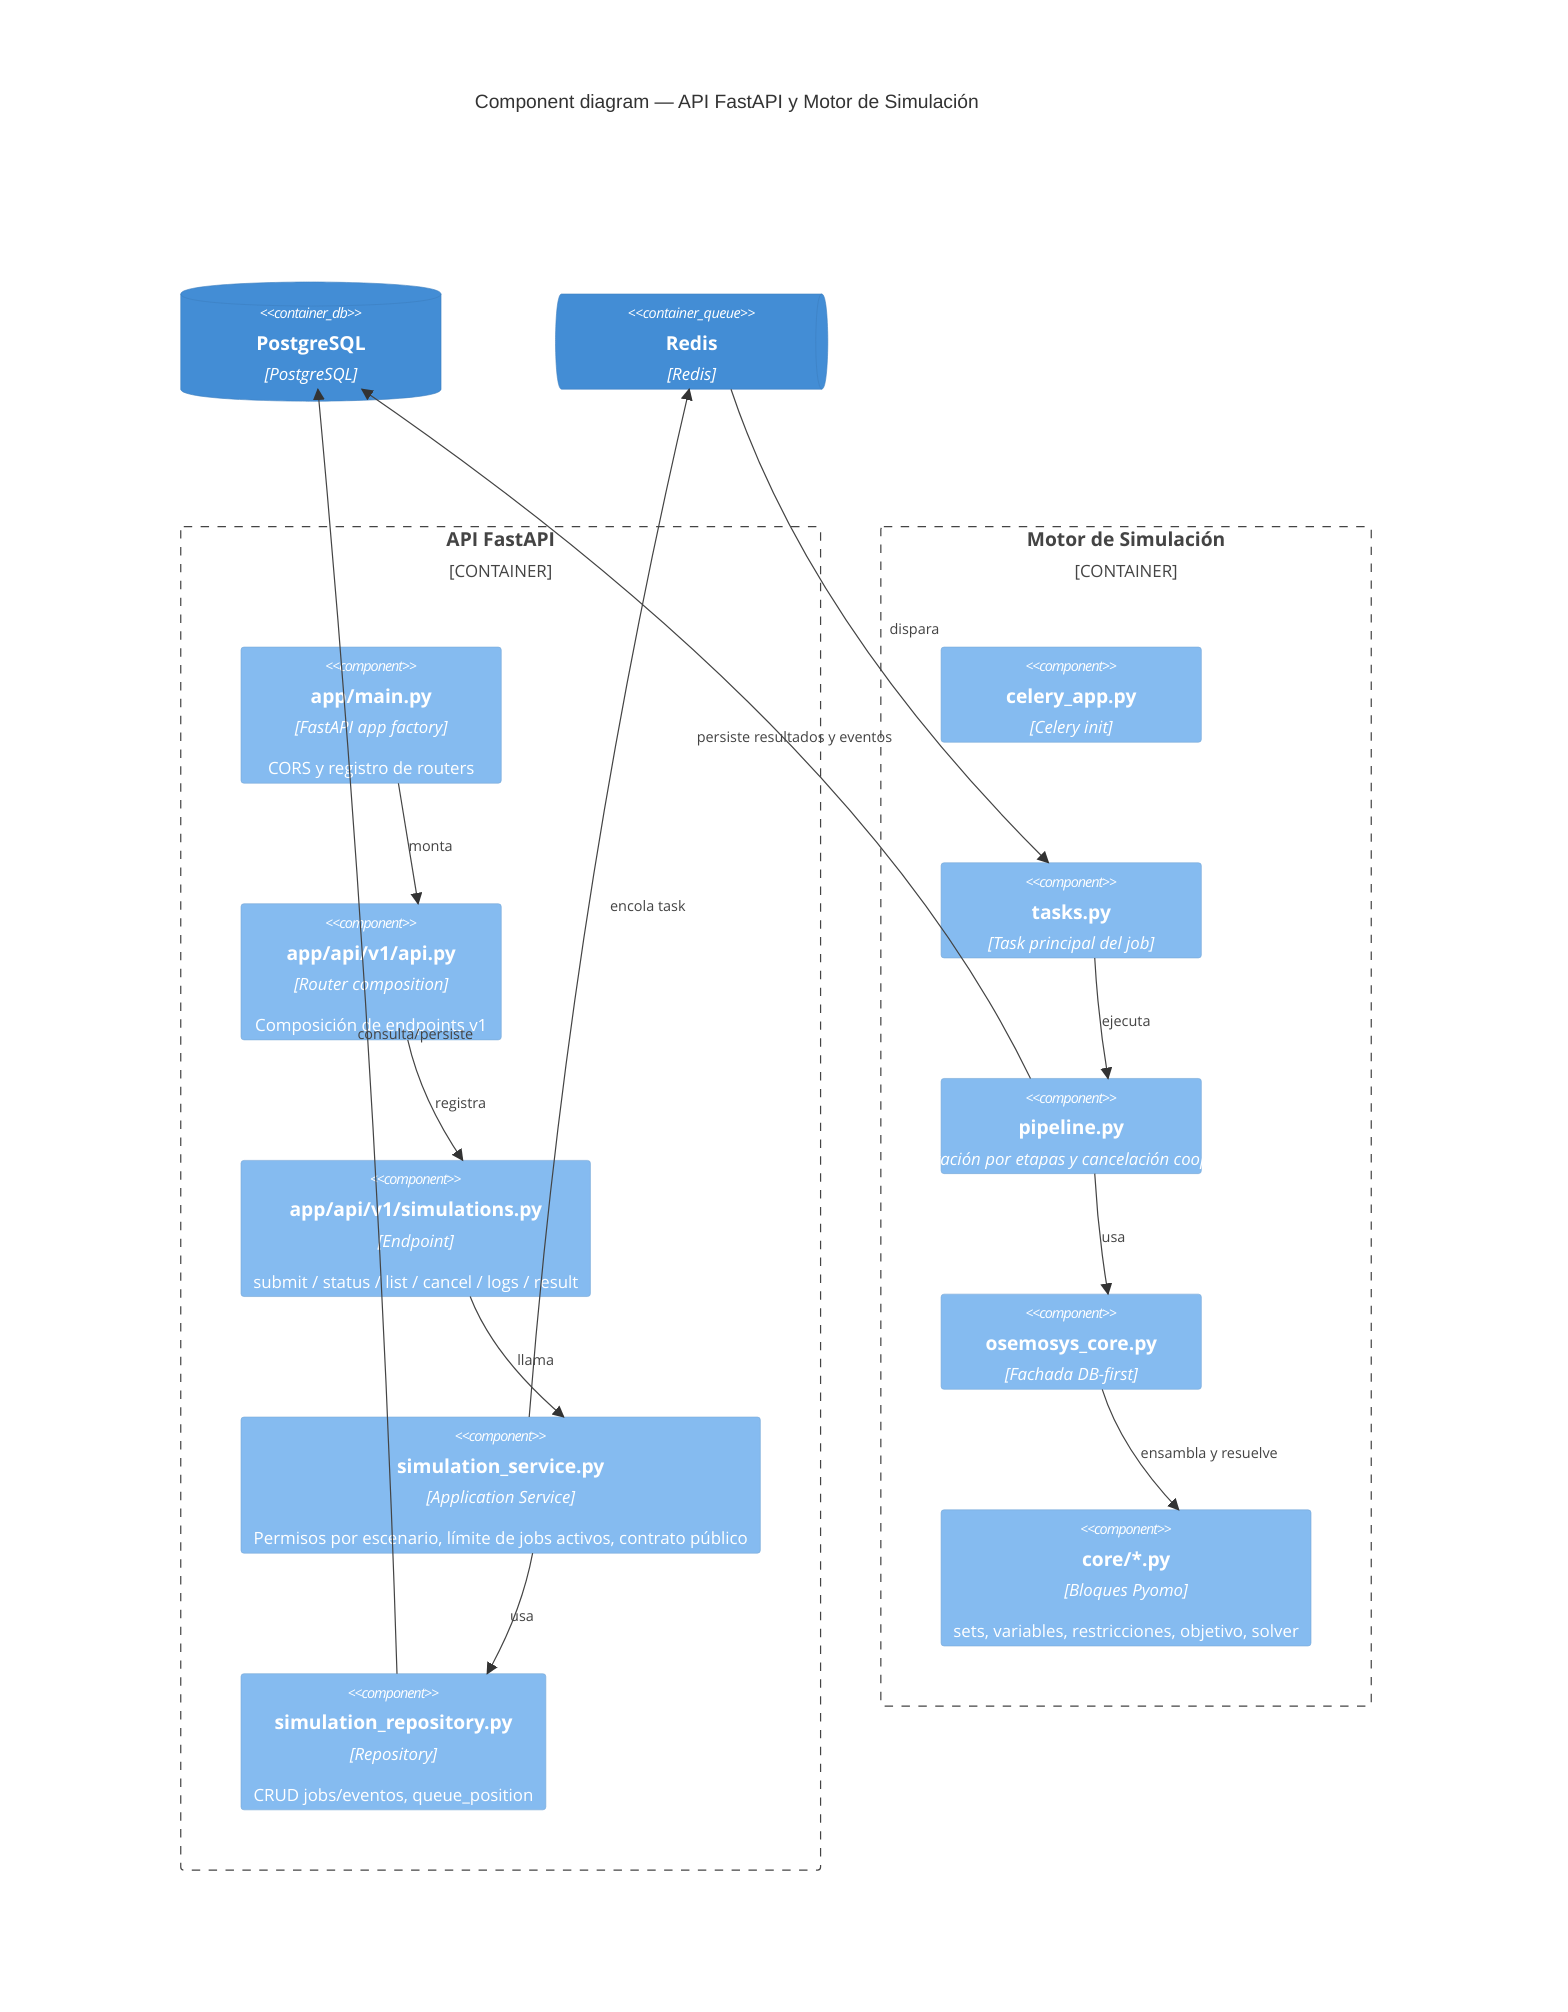
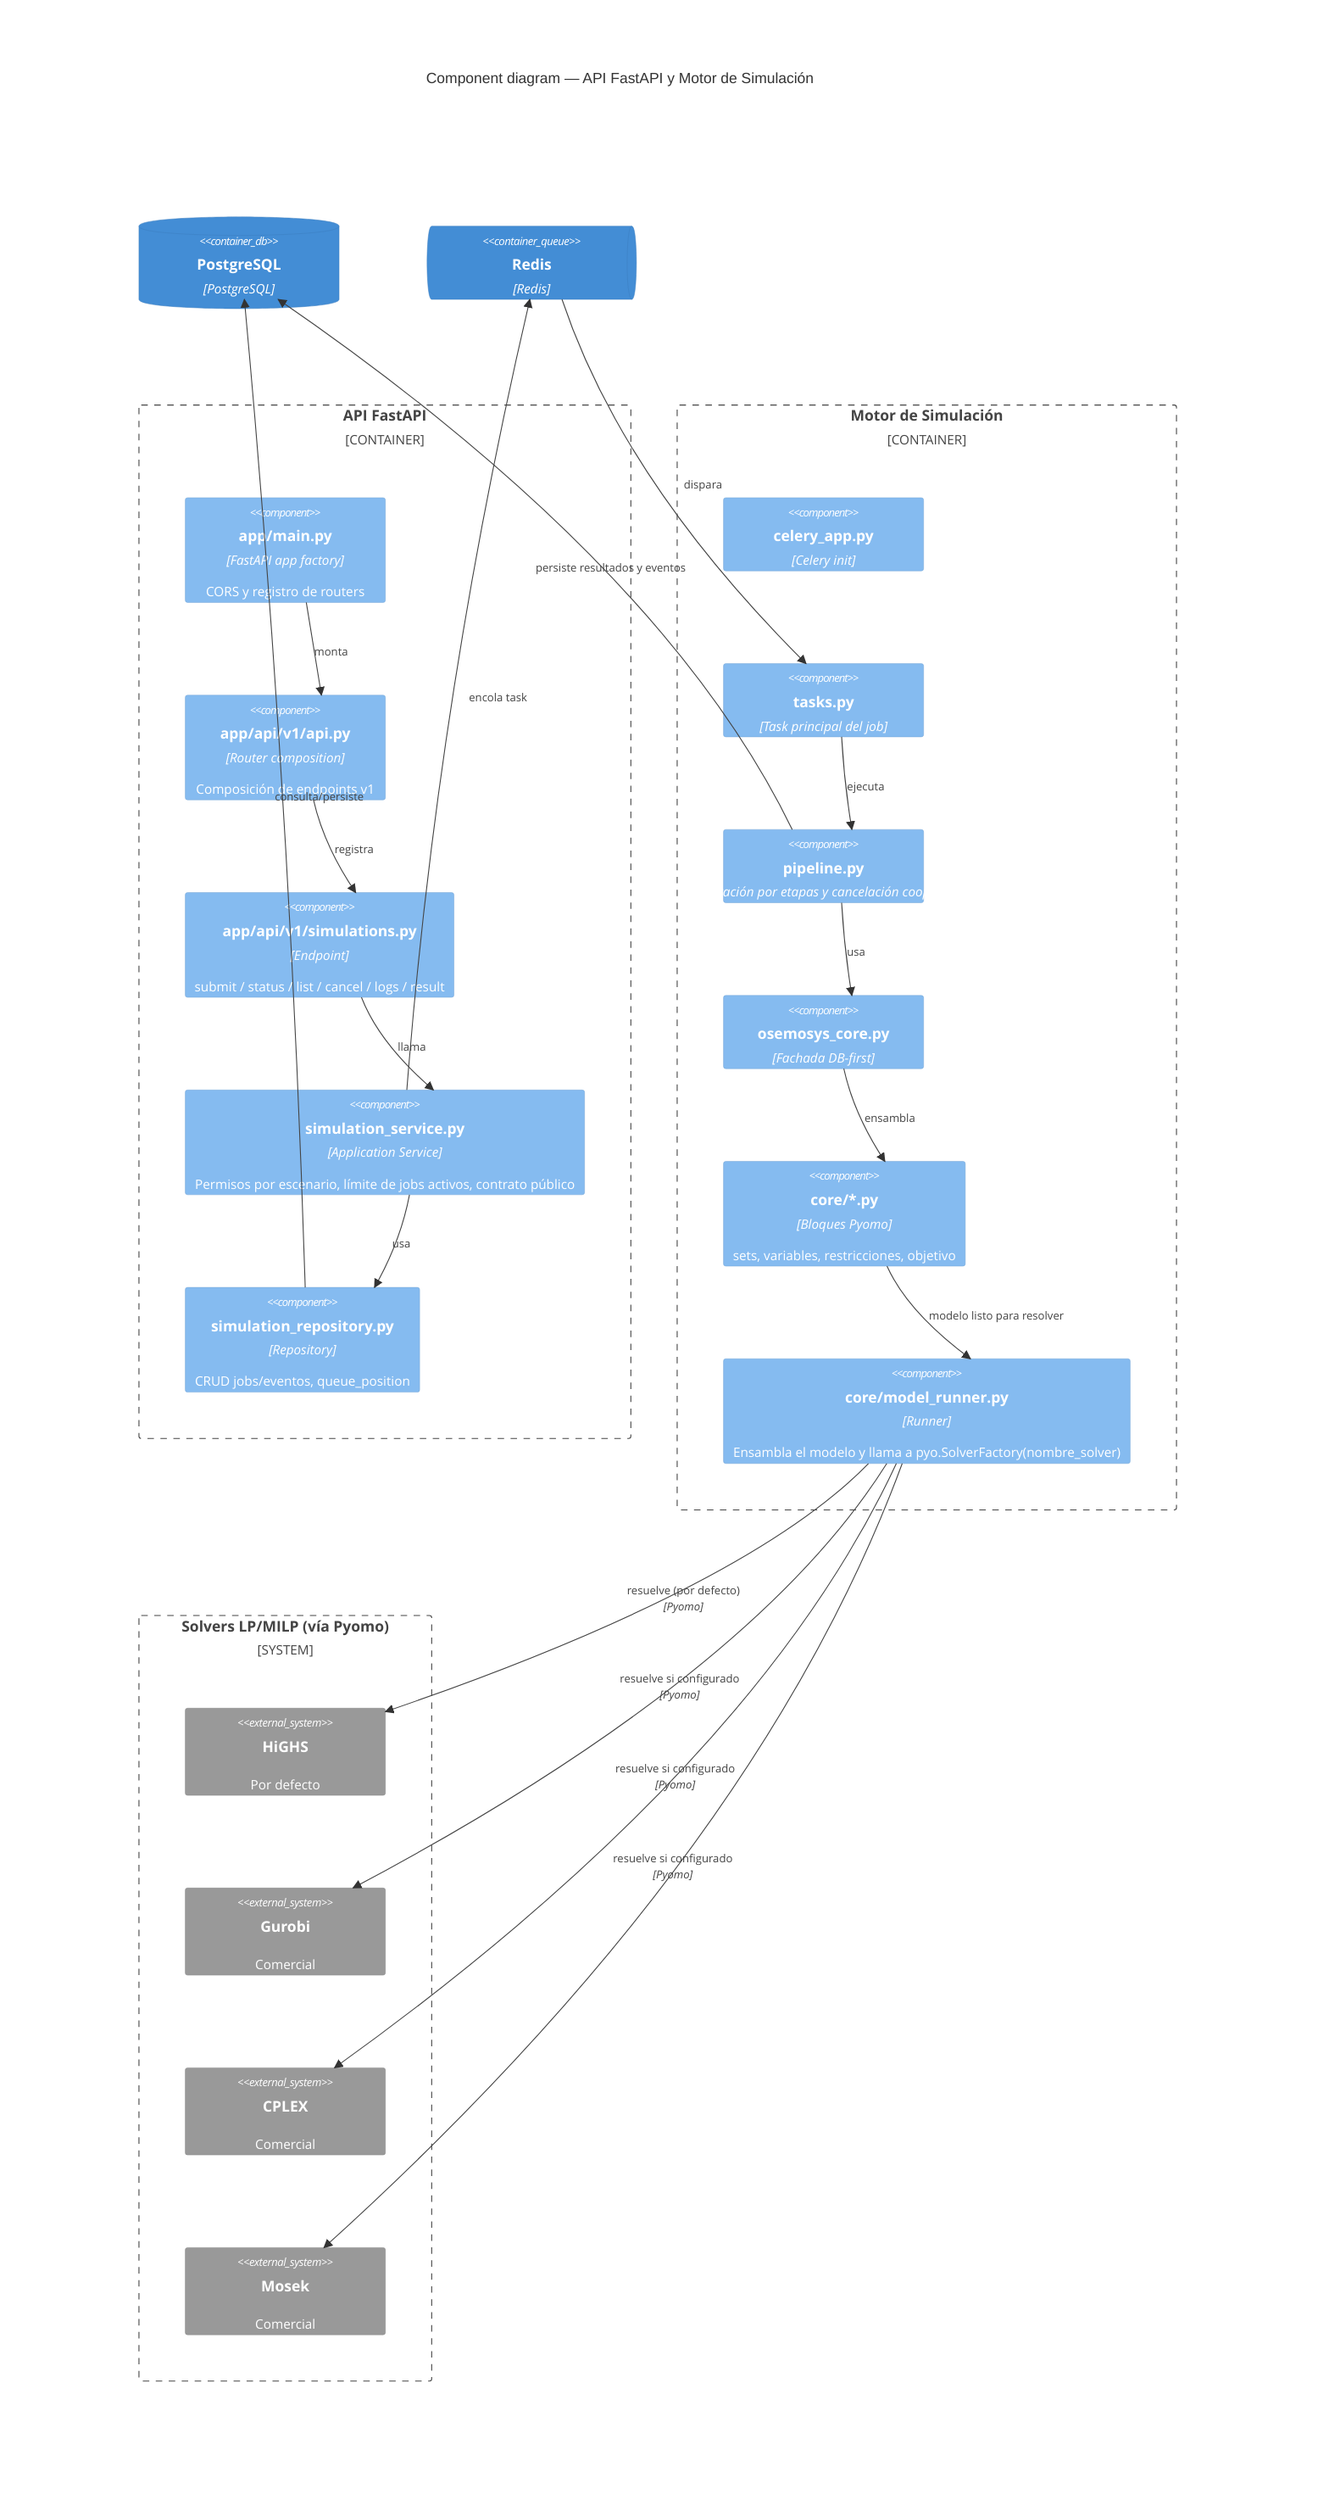
C4Component
    title Component diagram — API FastAPI y Motor de Simulación

    Container_Boundary(api, "API FastAPI") {
        Component(main, "app/main.py", "FastAPI app factory", "CORS y registro de routers")
        Component(apiv1, "app/api/v1/api.py", "Router composition", "Composición de endpoints v1")
        Component(simEndpoint, "app/api/v1/simulations.py", "Endpoint", "submit / status / list / cancel / logs / result")
        Component(simService, "simulation_service.py", "Application Service", "Permisos por escenario, límite de jobs activos, contrato público")
        Component(simRepo, "simulation_repository.py", "Repository", "CRUD jobs/eventos, queue_position")
    }

    Container_Boundary(engine, "Motor de Simulación") {
        Component(celeryApp, "celery_app.py", "Celery init")
        Component(tasks, "tasks.py", "Task principal del job")
        Component(pipeline, "pipeline.py", "Orquestación por etapas y cancelación cooperativa")
        Component(core, "osemosys_core.py", "Fachada DB-first")
-         Component(blocks, "core/*.py", "Bloques Pyomo", "sets, variables, restricciones, objetivo, solver")
+         Component(blocks, "core/*.py", "Bloques Pyomo", "sets, variables, restricciones, objetivo")
+         Component(runner, "core/model_runner.py", "Runner", "Ensambla el modelo y llama a pyo.SolverFactory(nombre_solver)")
    }

    ContainerDb(db, "PostgreSQL", "PostgreSQL")
    ContainerQueue(queue, "Redis", "Redis")
+ 
+     System_Boundary(solvers, "Solvers LP/MILP (vía Pyomo)") {
+         System_Ext(highs, "HiGHS", "Por defecto")
+         System_Ext(gurobi, "Gurobi", "Comercial")
+         System_Ext(cplex, "CPLEX", "Comercial")
+         System_Ext(mosek, "Mosek", "Comercial")
+     }

    Rel(main, apiv1, "monta")
    Rel(apiv1, simEndpoint, "registra")
    Rel(simEndpoint, simService, "llama")
    Rel(simService, simRepo, "usa")
    Rel(simRepo, db, "consulta/persiste")
    Rel(simService, queue, "encola task")
    Rel(queue, tasks, "dispara")
    Rel(tasks, pipeline, "ejecuta")
    Rel(pipeline, core, "usa")
-     Rel(core, blocks, "ensambla y resuelve")
+     Rel(core, blocks, "ensambla")
+     Rel(blocks, runner, "modelo listo para resolver")
+     Rel(runner, highs, "resuelve (por defecto)", "Pyomo")
+     Rel(runner, gurobi, "resuelve si configurado", "Pyomo")
+     Rel(runner, cplex, "resuelve si configurado", "Pyomo")
+     Rel(runner, mosek, "resuelve si configurado", "Pyomo")
    Rel(pipeline, db, "persiste resultados y eventos")
